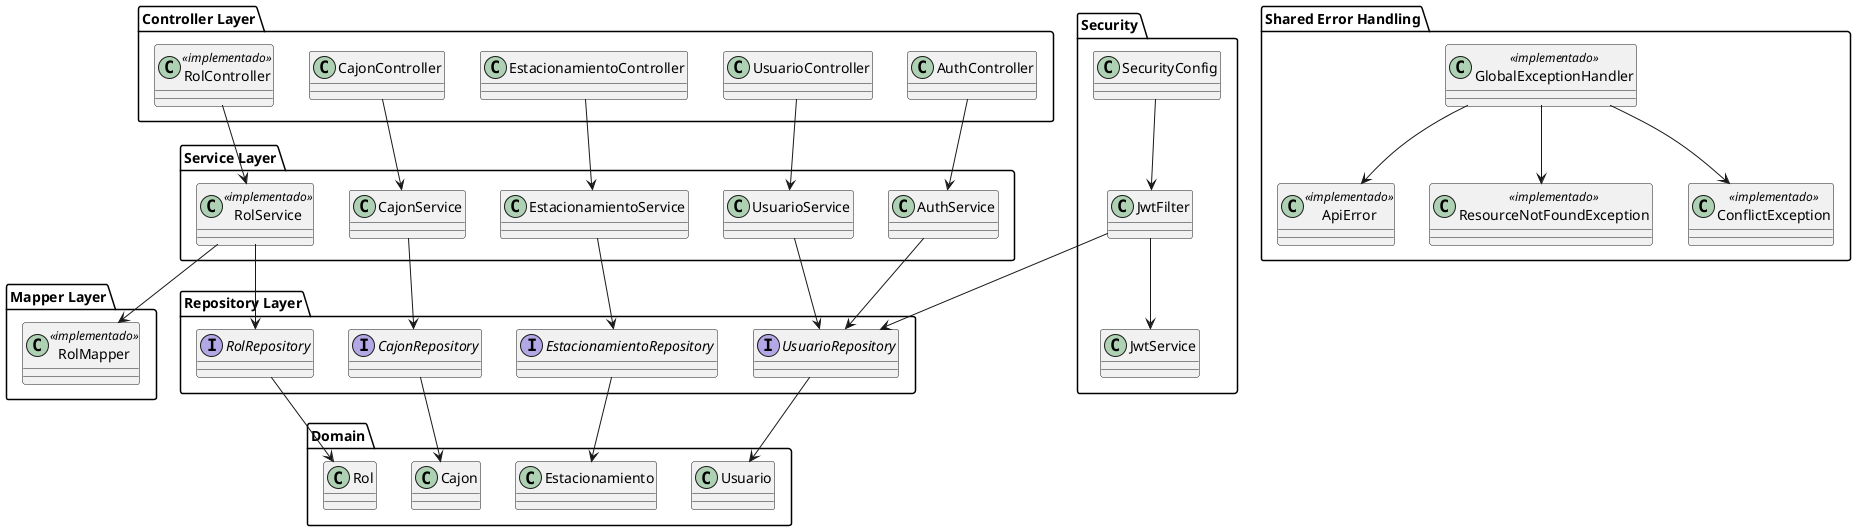
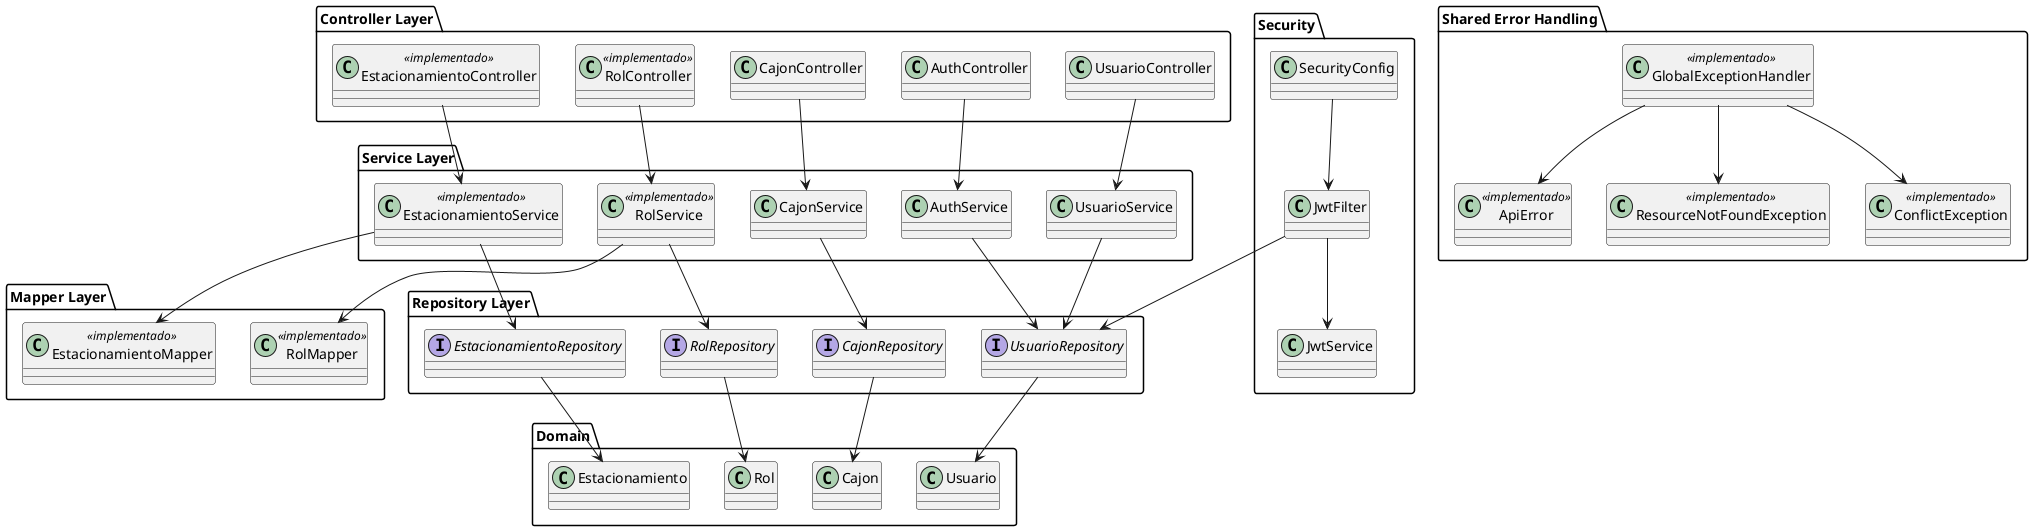
@startuml

package "Controller Layer" {
    class AuthController
    class RolController <<implementado>>
    class UsuarioController
-     class EstacionamientoController
+     class EstacionamientoController <<implementado>>
    class CajonController
}

package "Service Layer" {
    class AuthService
    class RolService <<implementado>>
    class UsuarioService
-     class EstacionamientoService
+     class EstacionamientoService <<implementado>>
    class CajonService
}

package "Mapper Layer" {
    class RolMapper <<implementado>>
+     class EstacionamientoMapper <<implementado>>
}

package "Repository Layer" {
    interface UsuarioRepository
    interface RolRepository
    interface EstacionamientoRepository
    interface CajonRepository
}

package "Domain" {
    class Usuario
    class Rol
    class Estacionamiento
    class Cajon
}

package "Security" {
    class JwtFilter
    class JwtService
    class SecurityConfig
}

package "Shared Error Handling" {
    class GlobalExceptionHandler <<implementado>>
    class ApiError <<implementado>>
    class ResourceNotFoundException <<implementado>>
    class ConflictException <<implementado>>
}

AuthController --> AuthService
RolController --> RolService
UsuarioController --> UsuarioService
EstacionamientoController --> EstacionamientoService
CajonController --> CajonService

AuthService --> UsuarioRepository
RolService --> RolRepository
RolService --> RolMapper
UsuarioService --> UsuarioRepository
EstacionamientoService --> EstacionamientoRepository
+ EstacionamientoService --> EstacionamientoMapper
CajonService --> CajonRepository

UsuarioRepository --> Usuario
RolRepository --> Rol
EstacionamientoRepository --> Estacionamiento
CajonRepository --> Cajon

GlobalExceptionHandler --> ApiError
GlobalExceptionHandler --> ResourceNotFoundException
GlobalExceptionHandler --> ConflictException

SecurityConfig --> JwtFilter
JwtFilter --> JwtService
JwtFilter --> UsuarioRepository

@enduml
